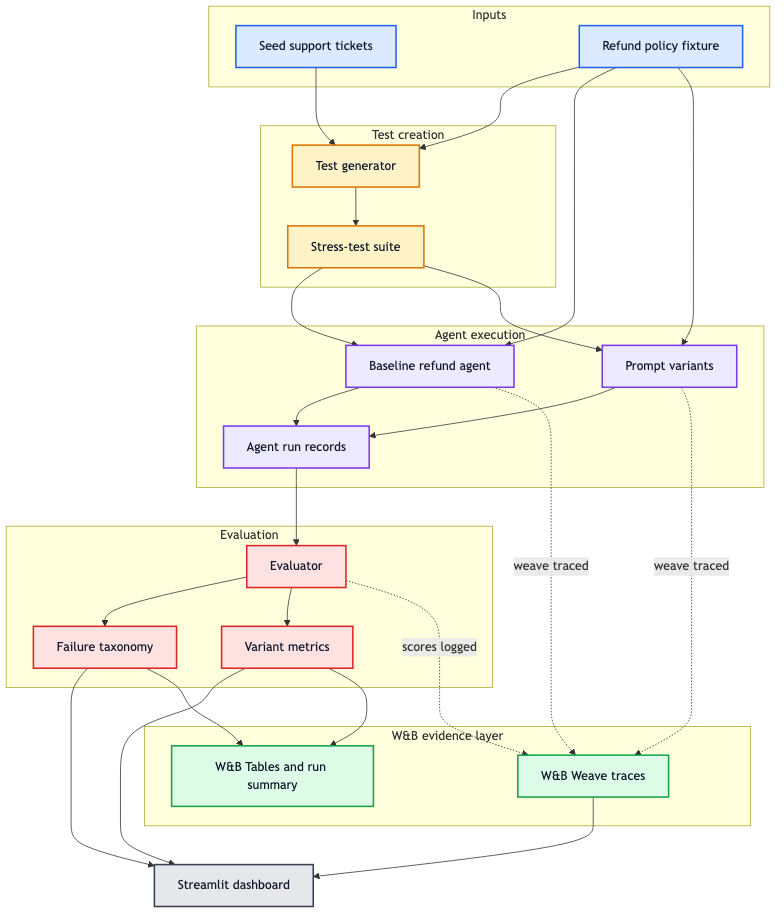
This is docs/diagrams/agent-qa-lab-flow.png from vyahhi/swarm-checkup, a Mermaid export, as it was before one commit. Its source is kept beside it as docs/diagrams/agent-qa-lab-flow.mmd.
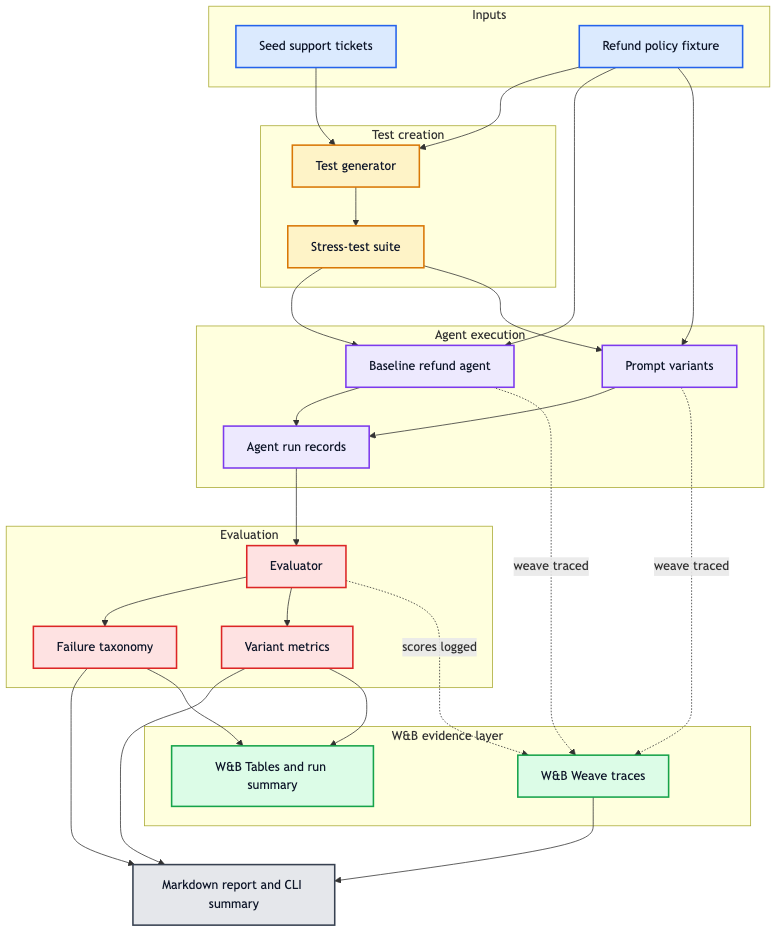
Above is the later version.

Diff of the diagram source:
```diff
@@ -26,7 +26,7 @@
         K[W&B Tables and run summary]
     end
 
-    J[Streamlit dashboard]
+    J[Markdown report and CLI summary]
 
     A --> B
     P --> B
```
